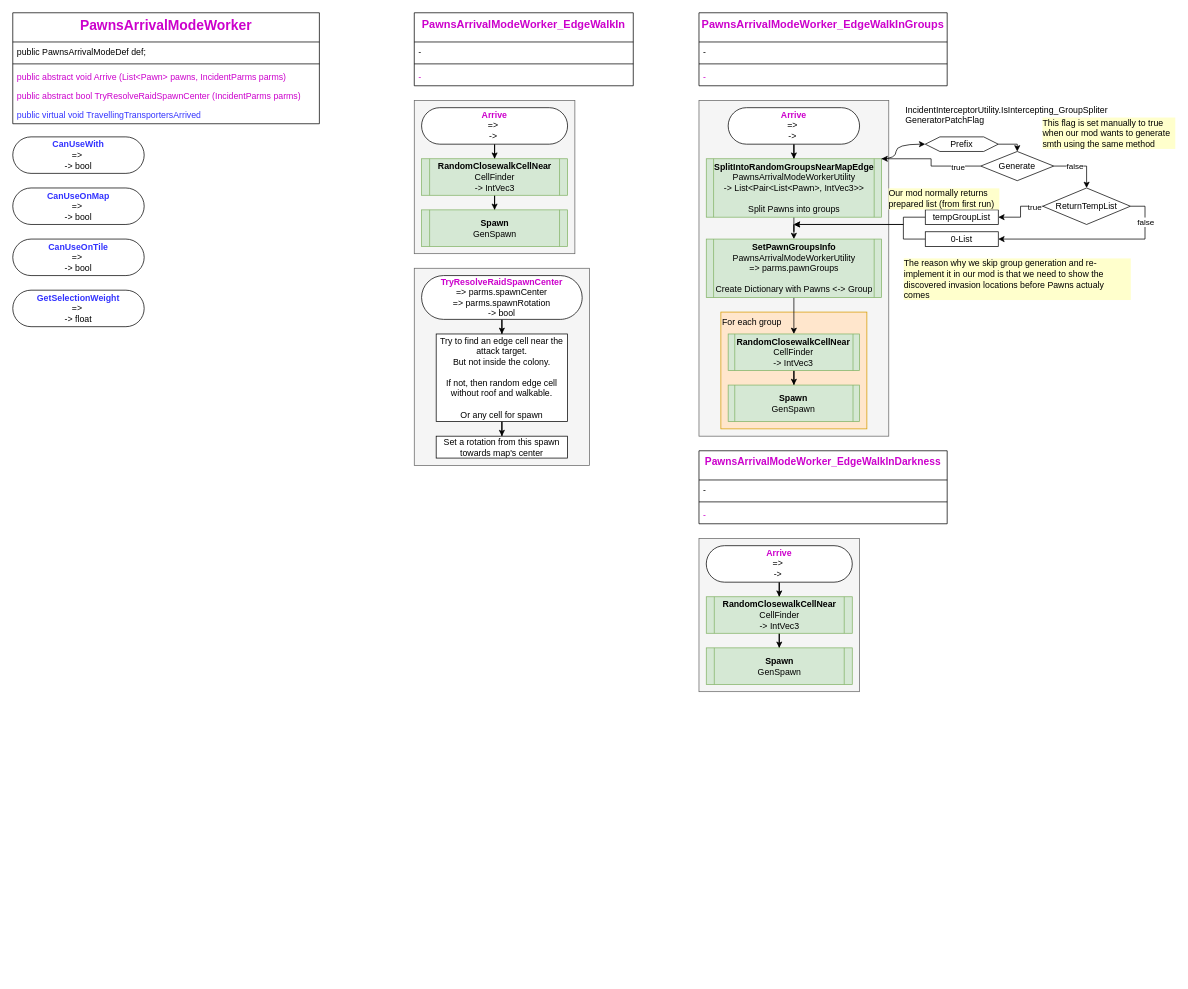
The draw.io diagram Develop/PawnsArrivalModeWorker.drawio in mitasamodel/RW-PreemptiveStrike, before the edit. Source tidied: cells renumbered, new cells numbered last; positions are measured from the earlier drawing's top-left corner, leaving out a move shared by most shapes. Both pictures are drawn from the tidied source at 73%, with x=0, y=0 at pixel (12, 12).
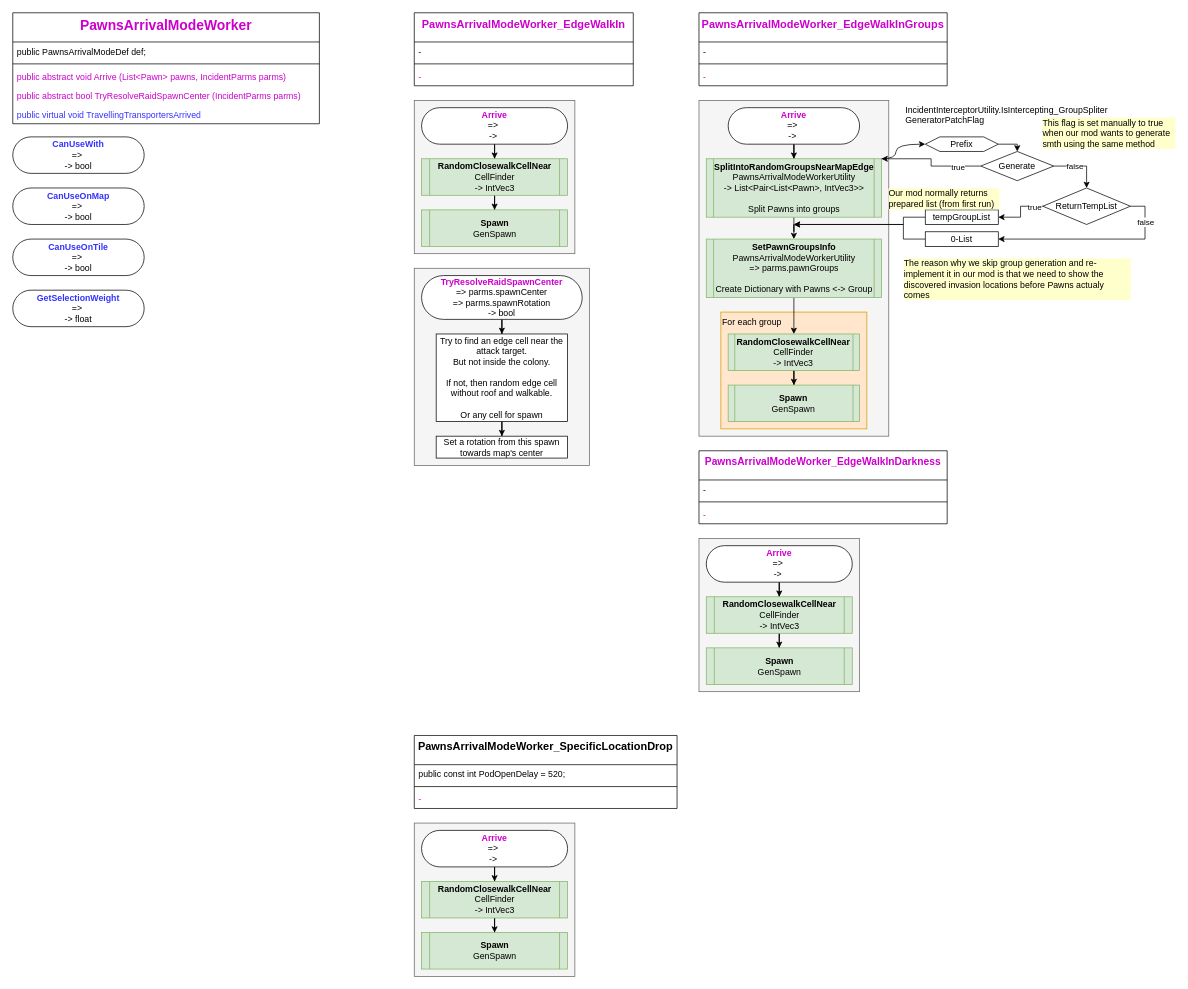
Above is the later version.

Change to the diagram source:
```diff
@@
+    <mxCell id="78" value="&lt;font style=&quot;font-size: 15px; color: rgb(0, 0, 0);&quot;&gt;PawnsArrivalModeWorker_SpecificLocationDrop&lt;/font&gt;" style="swimlane;fontStyle=1;align=center;verticalAlign=top;horizontal=1;startSize=40;whiteSpace=wrap;html=1;rounded=0;swimlaneLine=1;swimlaneFillColor=default;" parent="1" vertex="1">
+      <mxGeometry x="550" y="990" width="360" height="100" as="geometry" />
+    </mxCell>
+    <mxCell id="79" value="&lt;font style=&quot;color: light-dark(rgb(0, 0, 0), rgb(0, 0, 0));&quot;&gt;public const int PodOpenDelay = 520;&lt;/font&gt;" style="text;strokeColor=none;fillColor=none;align=left;verticalAlign=top;spacingLeft=4;spacingRight=4;overflow=hidden;whiteSpace=wrap;html=1;" parent="78" vertex="1">
+      <mxGeometry y="40" width="360" height="26" as="geometry" />
+    </mxCell>
+    <mxCell id="80" style="line;strokeWidth=1;fillColor=none;align=left;verticalAlign=middle;spacingTop=-1;spacingLeft=3;spacingRight=3;labelPosition=right;strokeColor=inherit;" parent="78" vertex="1">
+      <mxGeometry y="66" width="360" height="8" as="geometry" />
+    </mxCell>
+    <mxCell id="81" value="&lt;font style=&quot;color: rgb(204, 0, 204);&quot;&gt;-&lt;/font&gt;" style="text;strokeColor=none;fillColor=none;align=left;verticalAlign=top;spacingLeft=4;spacingRight=4;overflow=hidden;whiteSpace=wrap;html=1;" parent="78" vertex="1">
+      <mxGeometry y="74" width="360" height="26" as="geometry" />
+    </mxCell>
+    <mxCell id="82" style="group;" parent="1" vertex="1">
+      <mxGeometry x="550" y="1110" width="220" height="210" as="geometry" />
+    </mxCell>
+    <mxCell id="83" style="rounded=0;whiteSpace=wrap;html=1;fillColor=#f5f5f5;fontColor=#333333;strokeColor=#666666;" parent="82" vertex="1">
+      <mxGeometry width="220" height="210" as="geometry" />
+    </mxCell>
+    <mxCell id="84" style="edgeStyle=orthogonalEdgeStyle;rounded=0;jettySize=auto;html=1;exitX=0.5;exitY=0.5;exitDx=0;exitDy=25;exitPerimeter=0;" parent="82" edge="1" source="85" target="87">
+      <mxGeometry relative="1" as="geometry" />
+    </mxCell>
+    <mxCell id="85" value="&lt;font color=&quot;#cc00cc&quot;&gt;&lt;b&gt;Arrive&lt;/b&gt;&lt;/font&gt;&lt;div&gt;&lt;div style=&quot;&quot;&gt;&lt;span style=&quot;background-color: transparent;&quot;&gt;=&amp;gt;&amp;nbsp;&lt;/span&gt;&lt;/div&gt;&lt;div style=&quot;&quot;&gt;-&amp;gt;&amp;nbsp;&lt;span style=&quot;background-color: transparent;&quot;&gt;&lt;/span&gt;&lt;/div&gt;&lt;/div&gt;" style="html=1;dashed=0;whiteSpace=wrap;shape=mxgraph.dfd.start;align=center;spacing=0;" parent="82" vertex="1">
+      <mxGeometry x="10" y="10" width="200" height="50" as="geometry" />
+    </mxCell>
+    <mxCell id="86" style="edgeStyle=orthogonalEdgeStyle;rounded=0;jettySize=auto;html=1;exitX=0.5;exitY=1;exitDx=0;exitDy=0;" parent="82" edge="1" source="87" target="88">
+      <mxGeometry relative="1" as="geometry" />
+    </mxCell>
+    <mxCell id="87" value="&lt;b&gt;RandomClosewalkCellNear&lt;/b&gt;&lt;br&gt;&lt;div&gt;CellFinder&lt;/div&gt;&lt;div&gt;-&amp;gt;&amp;nbsp;IntVec3&lt;/div&gt;" style="shape=process;whiteSpace=wrap;html=1;backgroundOutline=1;fillColor=#d5e8d4;strokeColor=#82b366;size=0.05263157894736842;" parent="82" vertex="1">
+      <mxGeometry x="10" y="80" width="200" height="50" as="geometry" />
+    </mxCell>
+    <mxCell id="88" value="&lt;b&gt;Spawn&lt;/b&gt;&lt;br&gt;&lt;div&gt;GenSpawn&lt;/div&gt;" style="shape=process;whiteSpace=wrap;html=1;backgroundOutline=1;fillColor=#d5e8d4;strokeColor=#82b366;size=0.05263157894736842;" parent="82" vertex="1">
+      <mxGeometry x="10" y="150" width="200" height="50" as="geometry" />
+    </mxCell>
```
